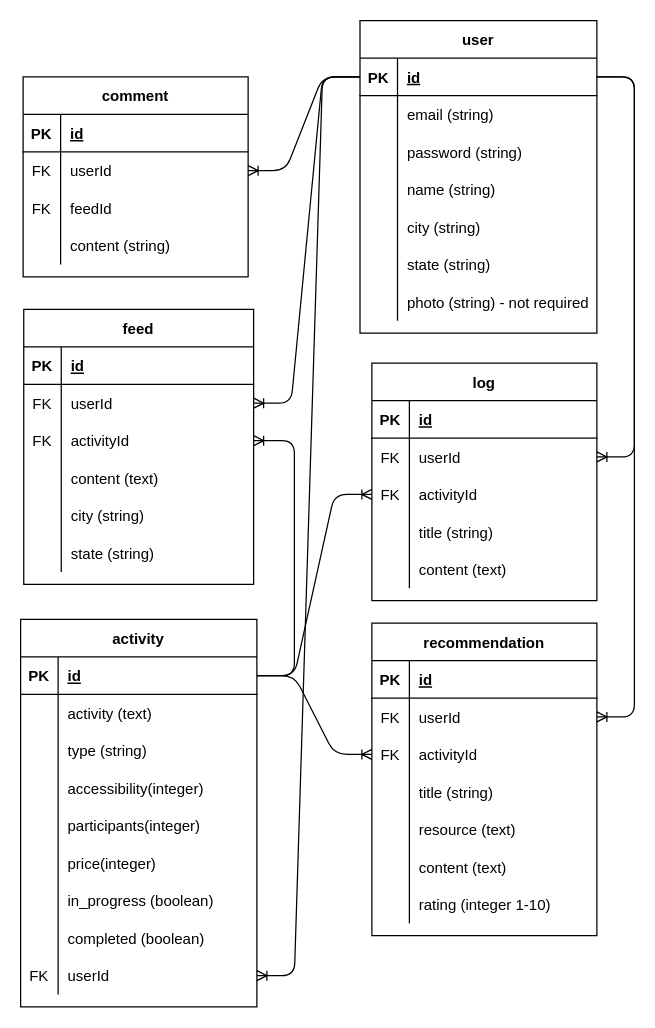
Earlier version of the draw.io diagram ERD.drawio (valerieyang00/Project-2). Source tidied: cells renumbered, new cells numbered last; positions are measured from the earlier drawing's top-left corner, leaving out a move shared by most shapes. Both pictures are drawn from the tidied source at 125%, with x=0, y=0 at pixel (20, 20).
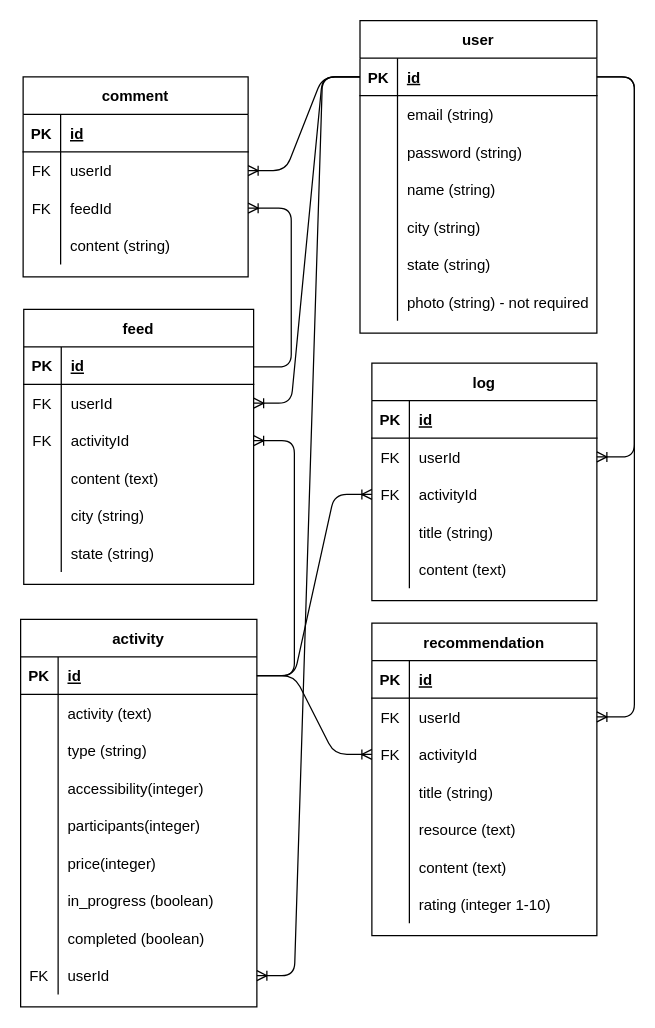
The same diagram, later.

The change refers to these unchanged cells:
```xml
<mxCell id="97" style="shape=partialRectangle;fillColor=none;top=0;left=0;bottom=0;right=0;points=[[0,0.5],[1,0.5]];portConstraint=eastwest;" parent="90" vertex="1">
  <mxGeometry y="90" width="180" height="30" as="geometry" />
</mxCell>
```

Diff of the diagram source:
```diff
@@
+    <mxCell id="130" style="edgeStyle=entityRelationEdgeStyle;fontSize=12;html=1;endArrow=ERoneToMany;entryX=1;entryY=0.5;entryDx=0;entryDy=0;" parent="1" edge="1" target="97">
+      <mxGeometry relative="1" as="geometry">
+        <mxPoint x="186.5" y="277" as="sourcePoint" />
+      </mxGeometry>
+    </mxCell>
```
